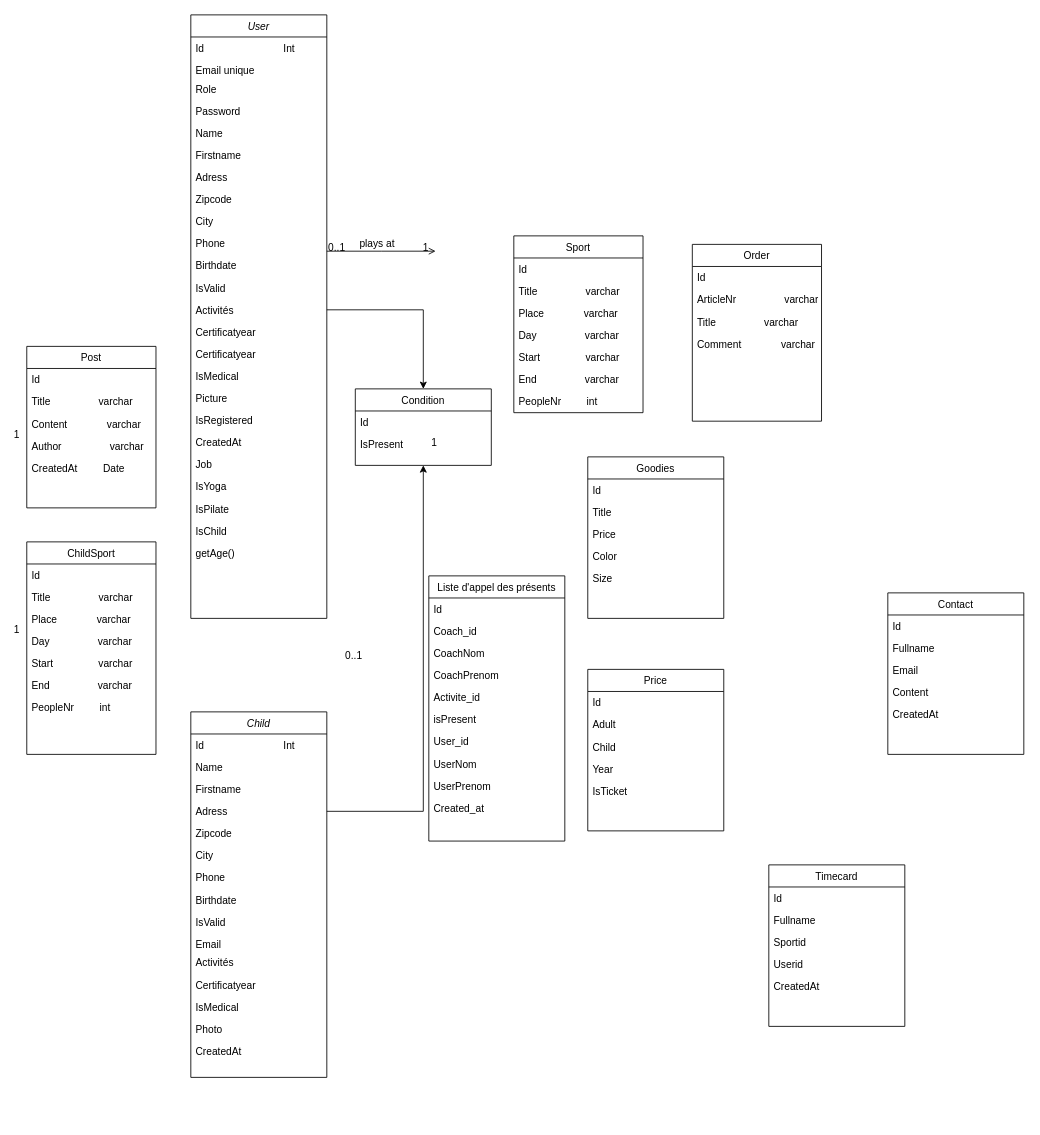
Before: asdec/Diagramme de classe bon.drawio in cyrisa02/diagrammes-UML, a draw.io diagram. Source tidied: cells renumbered, new cells numbered last; positions are measured from the earlier drawing's top-left corner, leaving out a move shared by most shapes. Both pictures are drawn from the tidied source at 85%, with x=0, y=0 at pixel (20, 14).
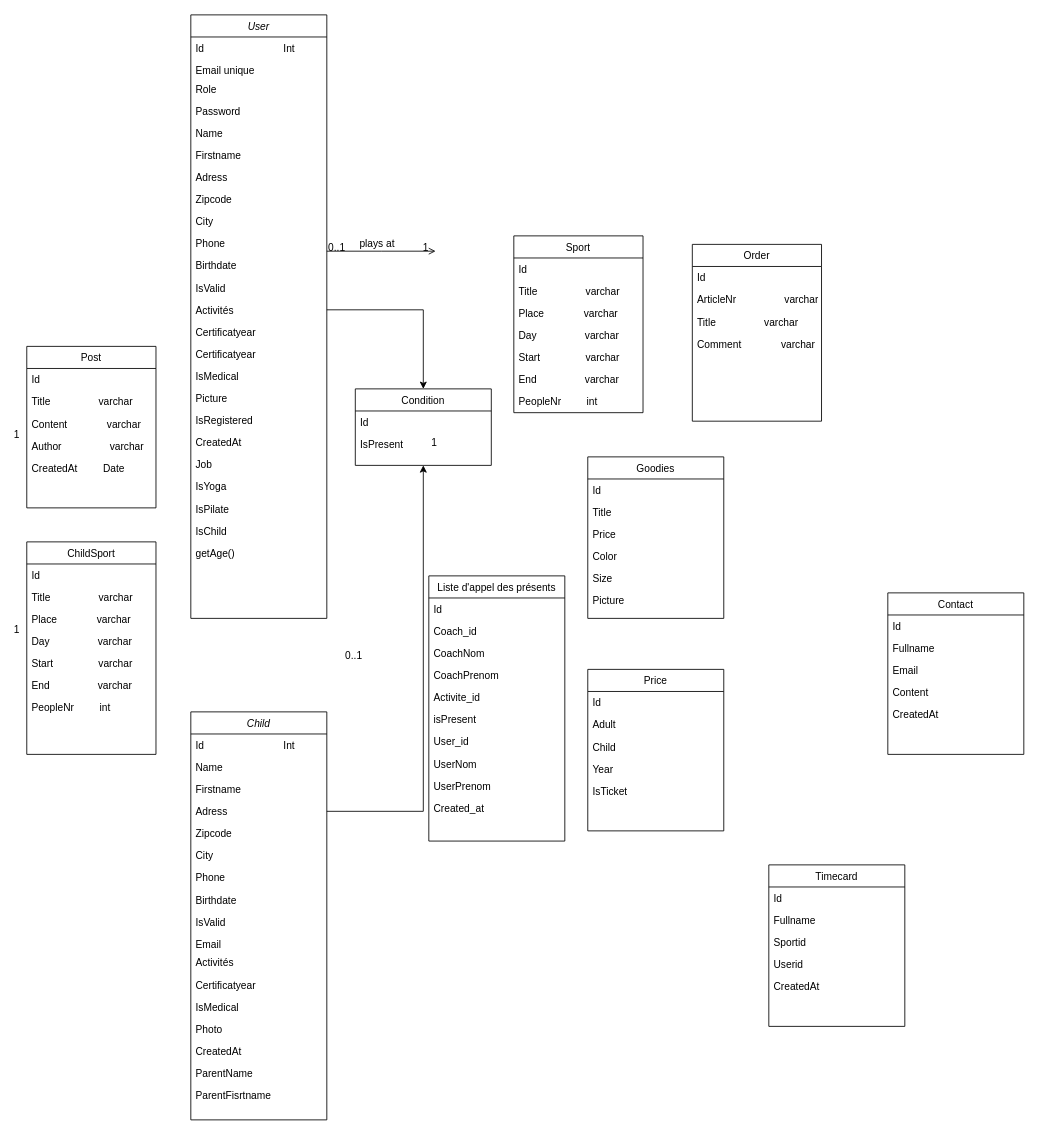
The same page after the edit.

Commit message:
Mettre à jour Diagramme de classe bon.drawio

Unchanged cells that the change refers to:
```xml
<mxCell id="52" value="Goodies" style="swimlane;fontStyle=0;align=center;verticalAlign=top;horizontal=1;startSize=26;rounded=0;shadow=0;strokeWidth=1;" parent="1" vertex="1">
  <mxGeometry x="667" y="520" width="160" height="190" as="geometry" />
</mxCell>
```

The edit, as a diff of the source:
```diff
@@
+    <mxCell id="118" value="Picture" style="text;align=left;verticalAlign=top;spacingLeft=4;spacingRight=4;overflow=hidden;" parent="52" vertex="1">
+      <mxGeometry y="156" width="160" height="26" as="geometry" />
+    </mxCell>
@@
     <mxCell id="65" value="Child" style="swimlane;fontStyle=2;align=center;verticalAlign=top;horizontal=1;startSize=26;rounded=0;shadow=0;strokeWidth=1;" parent="1" vertex="1">
-      <mxGeometry x="200" y="820" width="160" height="430" as="geometry" />
+      <mxGeometry x="200" y="820" width="160" height="480" as="geometry" />
     </mxCell>
@@
+    <mxCell id="119" value="ParentName" style="text;align=left;verticalAlign=top;spacingLeft=4;spacingRight=4;overflow=hidden;" parent="65" vertex="1">
+      <mxGeometry y="412" width="160" height="26" as="geometry" />
+    </mxCell>
+    <mxCell id="120" value="ParentFisrtname" style="text;align=left;verticalAlign=top;spacingLeft=4;spacingRight=4;overflow=hidden;" parent="65" vertex="1">
+      <mxGeometry y="438" width="160" height="26" as="geometry" />
+    </mxCell>
```
